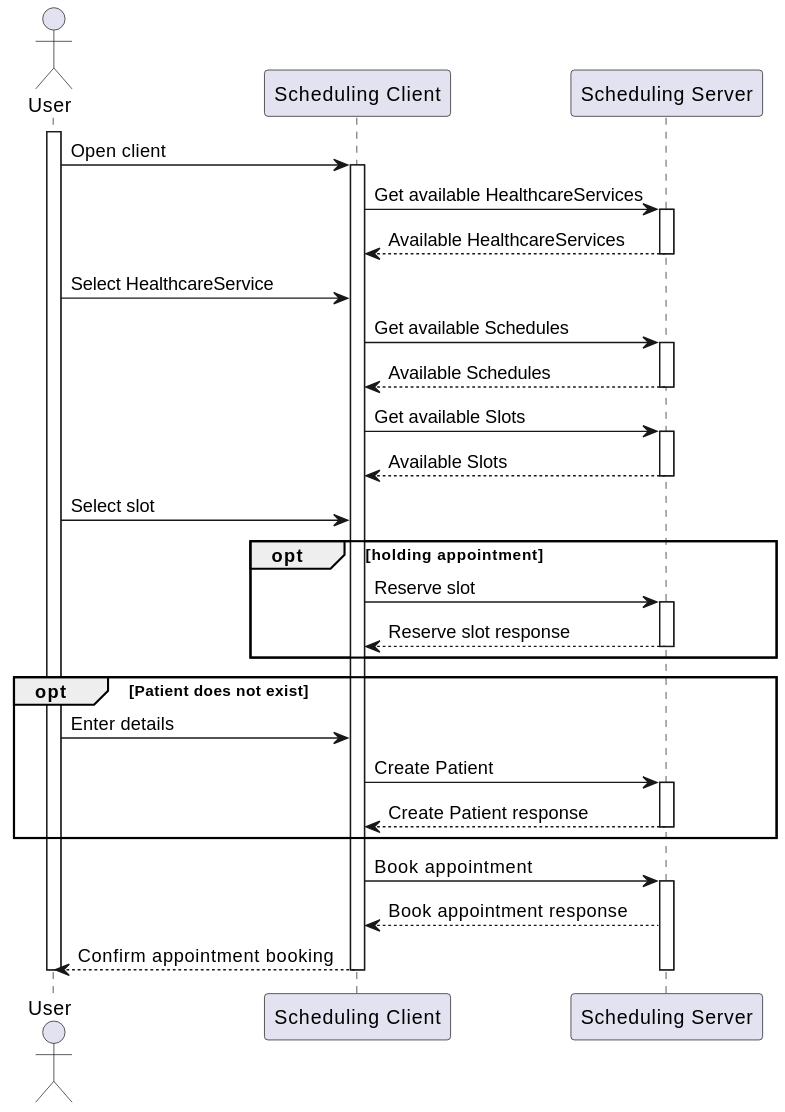
This is input/images/scenarios/sequence-simple.svg from HL7Austria/TC-FHIR-AG-Scheduling-R5, a PlantUML export, as it was before one commit. Its diagram source:
```plantuml
@startuml
actor User as user
participant "Scheduling Client" as client
participant "Scheduling Server" as server

activate user
user -> client: Open client
activate client
client -> server: Get available HealthcareServices
activate server
server ---> client: Available HealthcareServices
deactivate server
user -> client: Select HealthcareService
client -> server: Get available Schedules
activate server
server ---> client: Available Schedules
deactivate server
client-> server: Get available Slots
activate server
server ---> client: Available Slots
deactivate server
user -> client: Select slot
opt holding appointment
  client -> server: Reserve slot
  activate server
  server ---> client: Reserve slot response
  deactivate server
end
opt Patient does not exist
  user -> client: Enter details
  client -> server: Create Patient
  activate server
  server ---> client: Create Patient response
  deactivate server
end
client -> server: Book appointment
activate server
server ---> client: Book appointment response
client ---> user: Confirm appointment booking
deactivate server
deactivate client
deactivate user
@enduml
```
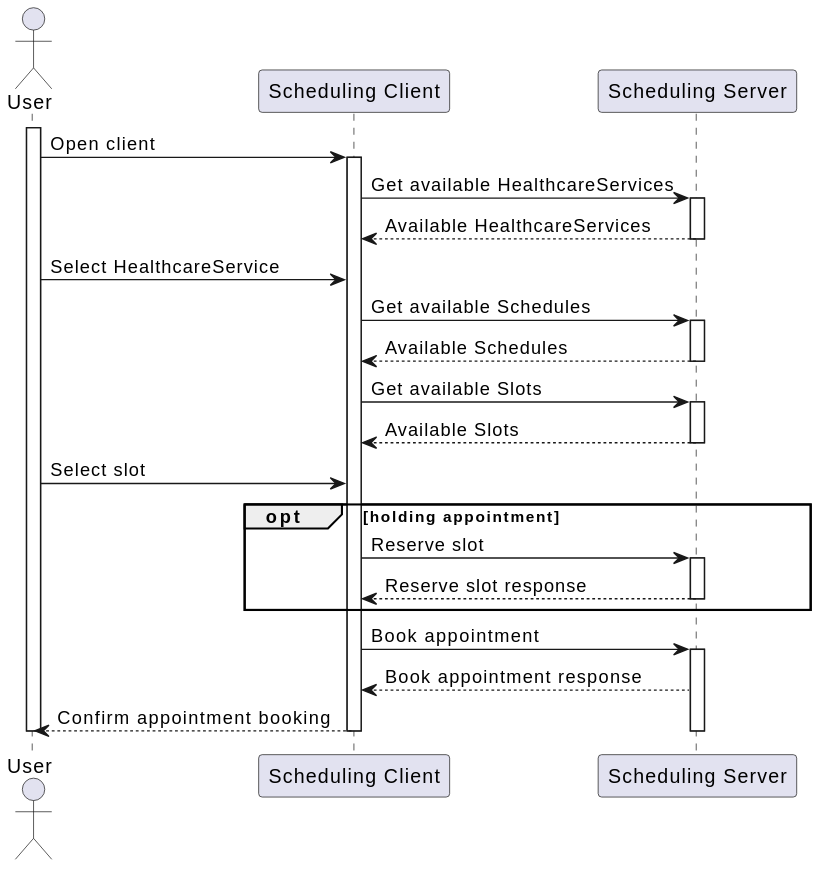
After the change.

The edit, as a diff of the source:
```diff
@@ -26,13 +26,6 @@
   server ---> client: Reserve slot response
   deactivate server
 end
-opt Patient does not exist
-  user -> client: Enter details
-  client -> server: Create Patient
-  activate server
-  server ---> client: Create Patient response
-  deactivate server
-end
 client -> server: Book appointment
 activate server
 server ---> client: Book appointment response
```
